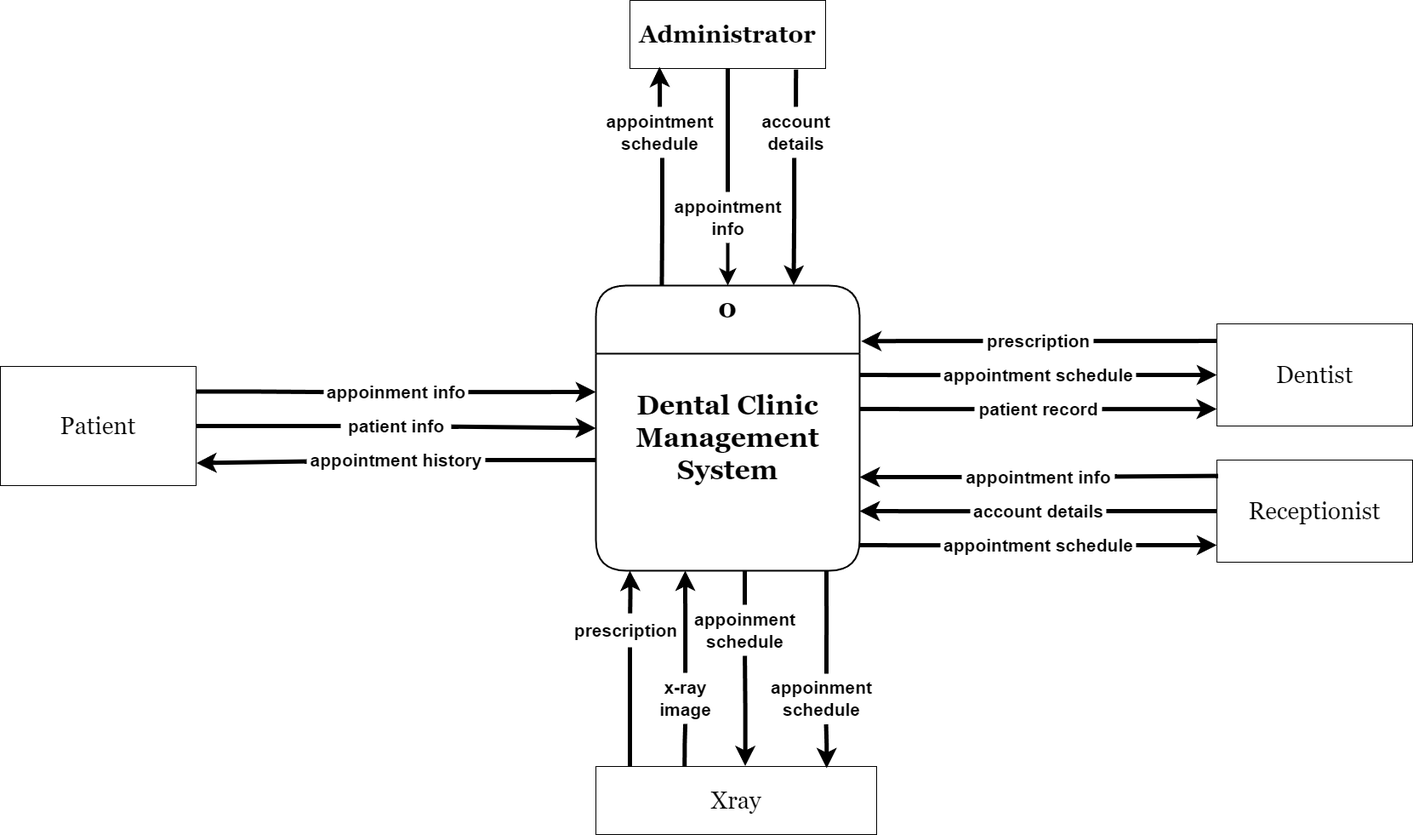
Above: Design/Context Diagram.png in MohamedIsa/Dental-Clinic-System (draw.io), before the change. Source tidied: cells renumbered, new cells last; positions are measured from the earlier drawing's top-left corner, leaving out a move shared by most shapes.
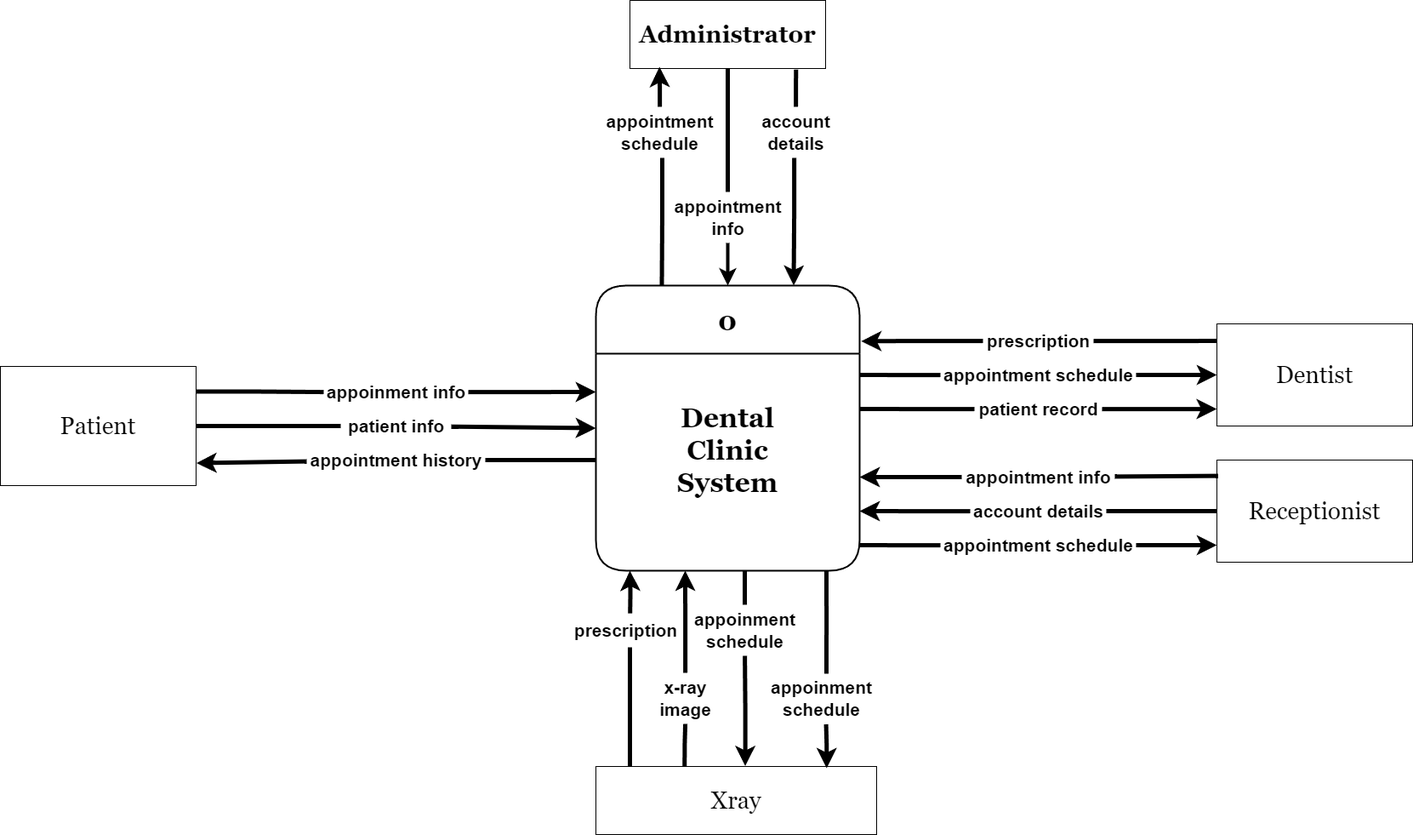
The same file after the commit.

The edit, as a diff of the source:
```diff
@@ -7,7 +7,7 @@
         <mxPoint x="740" y="670" as="sourcePoint" />
       </mxGeometry>
     </mxCell>
-    <mxCell id="3" value="0&#10;&#10;&#10;Dental Clinic&#10;Management&#10;System" style="swimlane;fontStyle=1;horizontal=1;startSize=80;fillColor=#ffffff;swimlaneFillColor=#ffffff;rounded=1;fontSize=32;fontFamily=Georgia;verticalAlign=top;strokeWidth=2;" parent="1" vertex="1">
+    <mxCell id="3" value="0&#10;&#10;&#10;Dental&#10;Clinic&#10;System" style="swimlane;fontStyle=1;horizontal=1;startSize=80;fillColor=#ffffff;swimlaneFillColor=#ffffff;rounded=1;fontSize=32;fontFamily=Georgia;verticalAlign=top;strokeWidth=2;spacingTop=15;spacingBottom=0;" parent="1" vertex="1">
       <mxGeometry x="700" y="335" width="310" height="335" as="geometry" />
     </mxCell>
     <mxCell id="4" value="&lt;font style=&quot;font-size: 28px;&quot;&gt;Administrator&lt;/font&gt;" style="html=1;dashed=0;whiteSpace=wrap;rounded=0;fontSize=19;fontFamily=Georgia;fontStyle=1;" parent="1" vertex="1">
```
